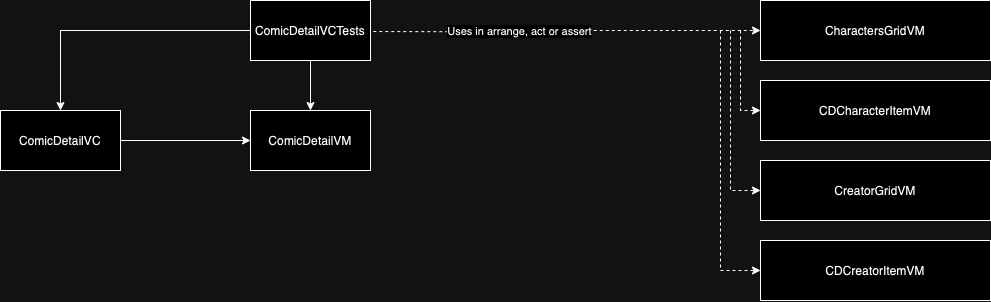
Before: MarvelSampleTests/Tests/ComicDetail/ComicDetail/ComicDetailVCTests.drawio.png, a diagram exported from draw.io (hiren9697/MavelSample). Source tidied: cells renumbered, new cells last; positions are measured from the earlier drawing's top-left corner, leaving out a move shared by most shapes.
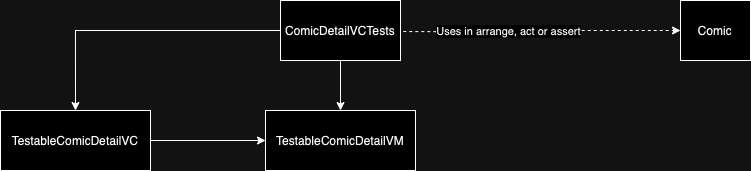
After the change.

The edit, as a diff of the source:
```diff
@@ -2,67 +2,34 @@
   <root>
     <mxCell id="0" />
     <mxCell id="1" parent="0" />
-    <mxCell id="2" style="edgeStyle=orthogonalEdgeStyle;rounded=0;jettySize=auto;html=1;entryX=0;entryY=0.5;entryDx=0;entryDy=0;dashed=1;exitX=1.02;exitY=0.184;exitDx=0;exitDy=0;exitPerimeter=0;" parent="1" edge="1" target="4">
-      <mxGeometry relative="1" as="geometry">
-        <mxPoint x="372.8" y="31" as="sourcePoint" />
-      </mxGeometry>
-    </mxCell>
+    <mxCell id="17" style="edgeStyle=orthogonalEdgeStyle;rounded=0;jettySize=auto;html=1;entryX=0;entryY=0.5;entryDx=0;entryDy=0;dashed=1;exitX=1.02;exitY=0.184;exitDx=0;exitDy=0;exitPerimeter=0;" parent="1" edge="1" target="18">
+      <mxGeometry relative="1" as="geometry">
+        <mxPoint x="372.8" y="31" as="sourcePoint" />
+      </mxGeometry>
+    </mxCell>
-    <mxCell id="3" value="Uses in arrange, act or assert" style="edgeLabel;html=1;align=center;verticalAlign=middle;" parent="2" vertex="1">
+    <mxCell id="3" value="Uses in arrange, act or assert" style="edgeLabel;html=1;align=center;verticalAlign=middle;" parent="17" vertex="1">
       <mxGeometry x="-0.25" y="1" relative="1" as="geometry" />
     </mxCell>
-    <mxCell id="4" value="CharactersGridVM" style="rounded=0;whiteSpace=wrap;html=1;" parent="1" vertex="1">
-      <mxGeometry x="760" width="230" height="60" as="geometry" />
-    </mxCell>
-    <mxCell id="5" value="CDCharacterItemVM" style="rounded=0;whiteSpace=wrap;html=1;" parent="1" vertex="1">
-      <mxGeometry x="760" y="80" width="230" height="60" as="geometry" />
-    </mxCell>
-    <mxCell id="6" value="CreatorGridVM" style="rounded=0;whiteSpace=wrap;html=1;" parent="1" vertex="1">
-      <mxGeometry x="760" y="160" width="230" height="60" as="geometry" />
-    </mxCell>
-    <mxCell id="7" style="endArrow=classic;html=1;rounded=0;entryX=0;entryY=0.5;entryDx=0;entryDy=0;dashed=1;" parent="1" edge="1" target="5">
-      <mxGeometry relative="1" as="geometry">
-        <mxPoint x="740" y="30" as="sourcePoint" />
-        <Array as="points">
-          <mxPoint x="740" y="110" />
-        </Array>
-      </mxGeometry>
-    </mxCell>
-    <mxCell id="8" style="endArrow=classic;html=1;rounded=0;entryX=0;entryY=0.5;entryDx=0;entryDy=0;dashed=1;" parent="1" edge="1" target="6">
-      <mxGeometry relative="1" as="geometry">
-        <mxPoint x="730" y="30" as="sourcePoint" />
-        <Array as="points">
-          <mxPoint x="730" y="190" />
-        </Array>
-      </mxGeometry>
-    </mxCell>
-    <mxCell id="9" style="edgeStyle=orthogonalEdgeStyle;rounded=0;jettySize=auto;html=1;entryX=0.5;entryY=0;entryDx=0;entryDy=0;" parent="1" edge="1" source="11" target="13">
-      <mxGeometry relative="1" as="geometry" />
-    </mxCell>
-    <mxCell id="10" style="edgeStyle=orthogonalEdgeStyle;rounded=0;jettySize=auto;html=1;entryX=0.5;entryY=0;entryDx=0;entryDy=0;" parent="1" edge="1" source="11" target="14">
-      <mxGeometry relative="1" as="geometry" />
-    </mxCell>
+    <mxCell id="18" value="Comic" style="rounded=0;whiteSpace=wrap;html=1;" parent="1" vertex="1">
+      <mxGeometry x="650" width="70" height="60" as="geometry" />
+    </mxCell>
+    <mxCell id="19" style="edgeStyle=orthogonalEdgeStyle;rounded=0;jettySize=auto;html=1;entryX=0.5;entryY=0;entryDx=0;entryDy=0;" parent="1" edge="1" source="11" target="22">
+      <mxGeometry relative="1" as="geometry" />
+    </mxCell>
+    <mxCell id="20" style="edgeStyle=orthogonalEdgeStyle;rounded=0;jettySize=auto;html=1;entryX=0.5;entryY=0;entryDx=0;entryDy=0;" parent="1" edge="1" source="11" target="23">
+      <mxGeometry relative="1" as="geometry" />
+    </mxCell>
     <mxCell id="11" value="ComicDetailVCTests" style="rounded=0;whiteSpace=wrap;html=1;" parent="1" vertex="1">
       <mxGeometry x="250" width="120" height="60" as="geometry" />
     </mxCell>
-    <mxCell id="12" style="edgeStyle=orthogonalEdgeStyle;rounded=0;jettySize=auto;html=1;" parent="1" edge="1" source="13" target="14">
-      <mxGeometry relative="1" as="geometry" />
-    </mxCell>
-    <mxCell id="13" value="ComicDetailVC" style="rounded=0;whiteSpace=wrap;html=1;" parent="1" vertex="1">
-      <mxGeometry y="110" width="120" height="60" as="geometry" />
-    </mxCell>
-    <mxCell id="14" value="ComicDetailVM" style="rounded=0;whiteSpace=wrap;html=1;" parent="1" vertex="1">
-      <mxGeometry x="250" y="110" width="120" height="60" as="geometry" />
-    </mxCell>
-    <mxCell id="15" value="CDCreatorItemVM" style="rounded=0;whiteSpace=wrap;html=1;" parent="1" vertex="1">
-      <mxGeometry x="760" y="240" width="230" height="60" as="geometry" />
-    </mxCell>
-    <mxCell id="16" style="endArrow=classic;html=1;rounded=0;entryX=0;entryY=0.5;entryDx=0;entryDy=0;dashed=1;" parent="1" edge="1" target="15">
-      <mxGeometry relative="1" as="geometry">
-        <mxPoint x="720" y="30" as="sourcePoint" />
-        <Array as="points">
-          <mxPoint x="720" y="270" />
-        </Array>
-      </mxGeometry>
-    </mxCell>
+    <mxCell id="21" style="edgeStyle=orthogonalEdgeStyle;rounded=0;jettySize=auto;html=1;" parent="1" edge="1" source="22" target="23">
+      <mxGeometry relative="1" as="geometry" />
+    </mxCell>
+    <mxCell id="22" value="TestableComicDetailVC" style="rounded=0;whiteSpace=wrap;html=1;" parent="1" vertex="1">
+      <mxGeometry x="-30" y="110" width="150" height="60" as="geometry" />
+    </mxCell>
+    <mxCell id="23" value="TestableComicDetailVM" style="rounded=0;whiteSpace=wrap;html=1;" parent="1" vertex="1">
+      <mxGeometry x="235" y="110" width="150" height="60" as="geometry" />
+    </mxCell>
   </root>
 </mxGraphModel>
```
